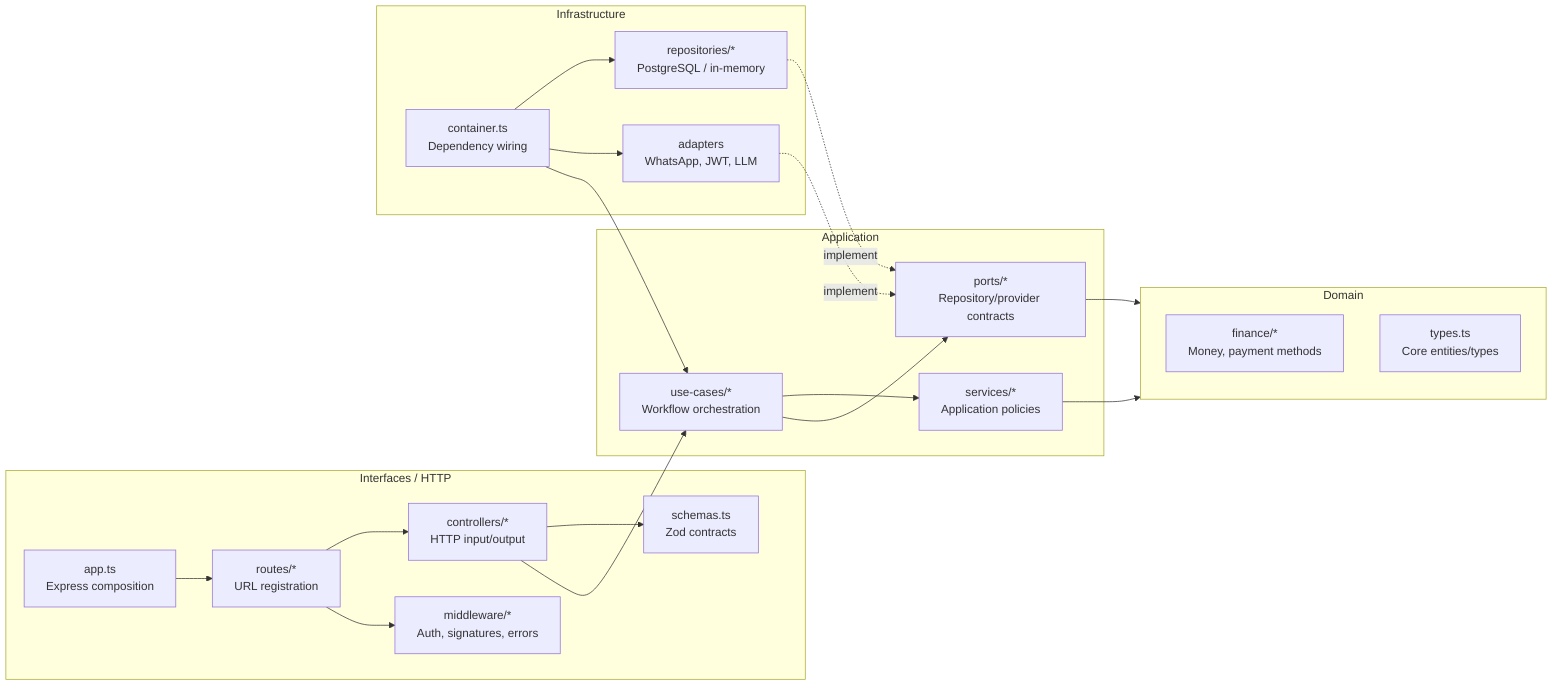
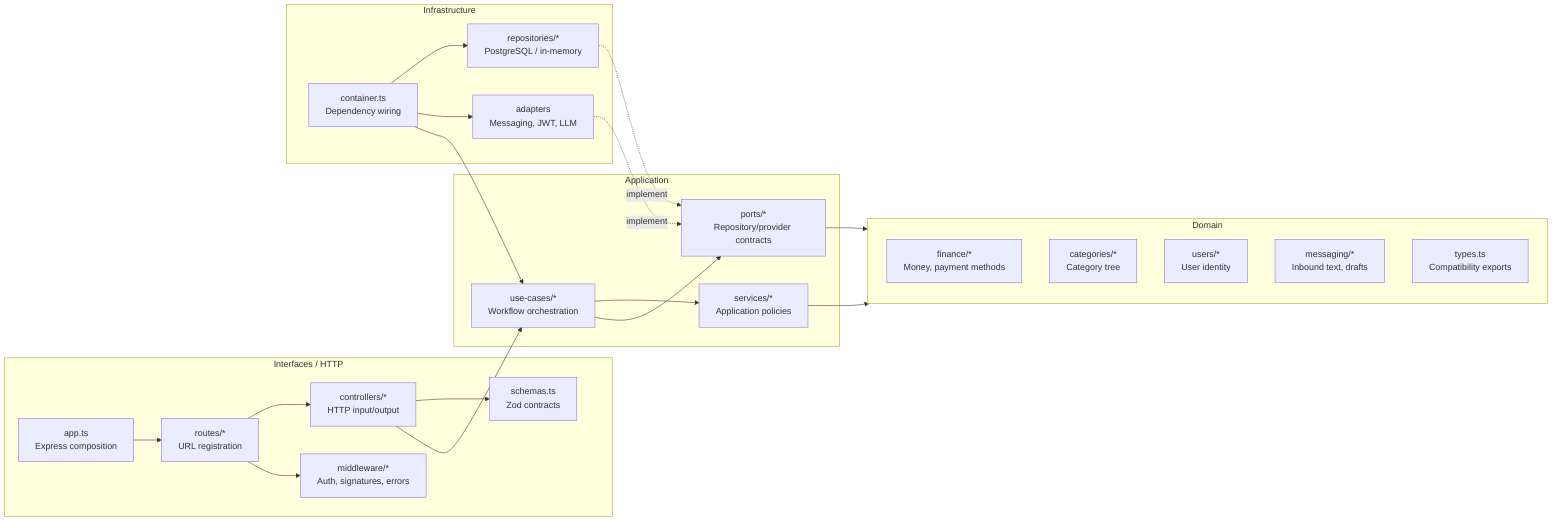
flowchart LR
  subgraph Interfaces["Interfaces / HTTP"]
    App["app.ts<br/>Express composition"]
    Routes["routes/*<br/>URL registration"]
    Controllers["controllers/*<br/>HTTP input/output"]
    Middleware["middleware/*<br/>Auth, signatures, errors"]
    Schemas["schemas.ts<br/>Zod contracts"]
  end

  subgraph Application["Application"]
    UseCases["use-cases/*<br/>Workflow orchestration"]
    Services["services/*<br/>Application policies"]
    Ports["ports/*<br/>Repository/provider contracts"]
  end

  subgraph Domain["Domain"]
    Finance["finance/*<br/>Money, payment methods"]
-     Types["types.ts<br/>Core entities/types"]
+     Categories["categories/*<br/>Category tree"]
+     Users["users/*<br/>User identity"]
+     Messaging["messaging/*<br/>Inbound text, drafts"]
+     Types["types.ts<br/>Compatibility exports"]
  end

  subgraph Infrastructure["Infrastructure"]
    Repositories["repositories/*<br/>PostgreSQL / in-memory"]
-     Providers["adapters<br/>WhatsApp, JWT, LLM"]
+     Providers["adapters<br/>Messaging, JWT, LLM"]
    Container["container.ts<br/>Dependency wiring"]
  end

  App --> Routes
  Routes --> Controllers
  Routes --> Middleware
  Controllers --> Schemas
  Controllers --> UseCases
  UseCases --> Services
  UseCases --> Ports
  Services --> Domain
  Ports --> Domain
  Repositories -. implement .-> Ports
  Providers -. implement .-> Ports
  Container --> Repositories
  Container --> Providers
  Container --> UseCases
